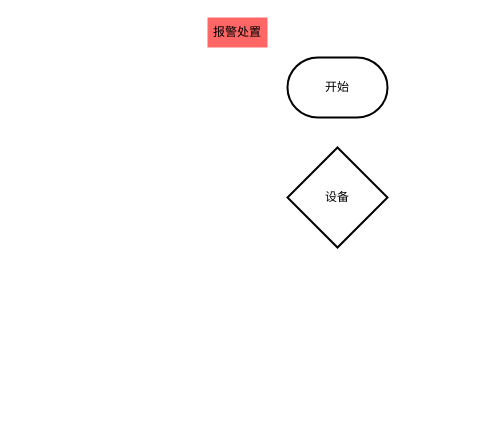
The draw.io diagram 未命名绘图.drawio in Swordsman12/drawio, before the edit. Source tidied: cells renumbered, new cells numbered last; positions are measured from the earlier drawing's top-left corner, leaving out a move shared by most shapes. Both pictures are drawn from the tidied source at 100%, with x=0, y=0 at pixel (207, 17).
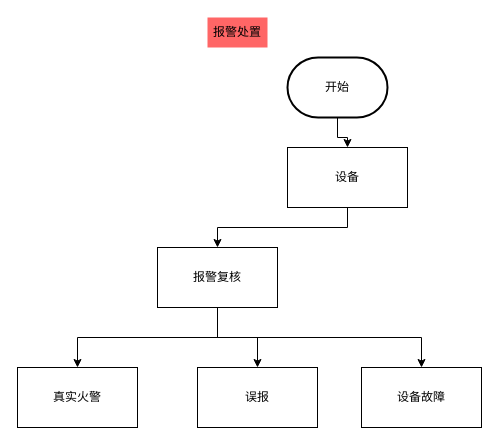
After the change.

Commit message:
更新未命名绘图.drawio

Diff of the diagram source:
```diff
@@
 <mxGraphModel>
   <root>
     <mxCell id="0" />
     <mxCell id="1" parent="0" />
+    <mxCell id="5" style="edgeStyle=orthogonalEdgeStyle;rounded=0;jettySize=auto;html=1;exitX=0.5;exitY=1;exitDx=0;exitDy=0;exitPerimeter=0;" parent="1" edge="1" source="2" target="3">
+      <mxGeometry relative="1" as="geometry" />
+    </mxCell>
     <mxCell id="2" value="开始" style="strokeWidth=2;html=1;shape=mxgraph.flowchart.terminator;whiteSpace=wrap;" parent="1" vertex="1">
       <mxGeometry x="80" y="40" width="100" height="60" as="geometry" />
     </mxCell>
+    <mxCell id="4" value="报警处置" style="text;html=1;strokeColor=none;fillColor=#FF6666;align=center;verticalAlign=middle;whiteSpace=wrap;rounded=0;" parent="1" vertex="1">
+      <mxGeometry width="60" height="30" as="geometry" />
+    </mxCell>
+    <mxCell id="6" style="edgeStyle=orthogonalEdgeStyle;rounded=0;jettySize=auto;html=1;exitX=0.5;exitY=1;exitDx=0;exitDy=0;" parent="1" edge="1" source="3" target="10">
+      <mxGeometry relative="1" as="geometry" />
+    </mxCell>
-    <mxCell id="3" value="设备" style="strokeWidth=2;html=1;shape=mxgraph.flowchart.decision;whiteSpace=wrap;" parent="1" vertex="1">
-      <mxGeometry x="80" y="130" width="100" height="100" as="geometry" />
+    <mxCell id="3" value="设备" style="rounded=0;whiteSpace=wrap;html=1;" parent="1" vertex="1">
+      <mxGeometry x="80" y="130" width="120" height="60" as="geometry" />
     </mxCell>
-    <mxCell id="4" value="报警处置" style="text;html=1;strokeColor=none;fillColor=#FF6666;align=center;verticalAlign=middle;whiteSpace=wrap;rounded=0;" parent="1" vertex="1">
-      <mxGeometry width="60" height="30" as="geometry" />
-    </mxCell>
+    <mxCell id="7" style="edgeStyle=orthogonalEdgeStyle;rounded=0;jettySize=auto;html=1;exitX=0.5;exitY=1;exitDx=0;exitDy=0;" parent="1" edge="1" source="10" target="11">
+      <mxGeometry relative="1" as="geometry" />
+    </mxCell>
+    <mxCell id="8" style="edgeStyle=orthogonalEdgeStyle;rounded=0;jettySize=auto;html=1;" parent="1" edge="1" source="10" target="12">
+      <mxGeometry relative="1" as="geometry" />
+    </mxCell>
+    <mxCell id="9" style="edgeStyle=orthogonalEdgeStyle;rounded=0;jettySize=auto;html=1;" parent="1" edge="1" target="13">
+      <mxGeometry relative="1" as="geometry">
+        <mxPoint x="10" y="290" as="sourcePoint" />
+        <Array as="points">
+          <mxPoint x="10" y="320" />
+          <mxPoint x="214" y="320" />
+        </Array>
+      </mxGeometry>
+    </mxCell>
+    <mxCell id="10" value="报警复核" style="rounded=0;whiteSpace=wrap;html=1;" parent="1" vertex="1">
+      <mxGeometry x="-50" y="230" width="120" height="60" as="geometry" />
+    </mxCell>
+    <mxCell id="11" value="真实火警" style="rounded=0;whiteSpace=wrap;html=1;" parent="1" vertex="1">
+      <mxGeometry x="-190" y="350" width="120" height="60" as="geometry" />
+    </mxCell>
+    <mxCell id="12" value="误报" style="rounded=0;whiteSpace=wrap;html=1;" parent="1" vertex="1">
+      <mxGeometry x="-10" y="350" width="120" height="60" as="geometry" />
+    </mxCell>
+    <mxCell id="13" value="设备故障" style="rounded=0;whiteSpace=wrap;html=1;" parent="1" vertex="1">
+      <mxGeometry x="154" y="350" width="120" height="60" as="geometry" />
+    </mxCell>
   </root>
 </mxGraphModel>
```
